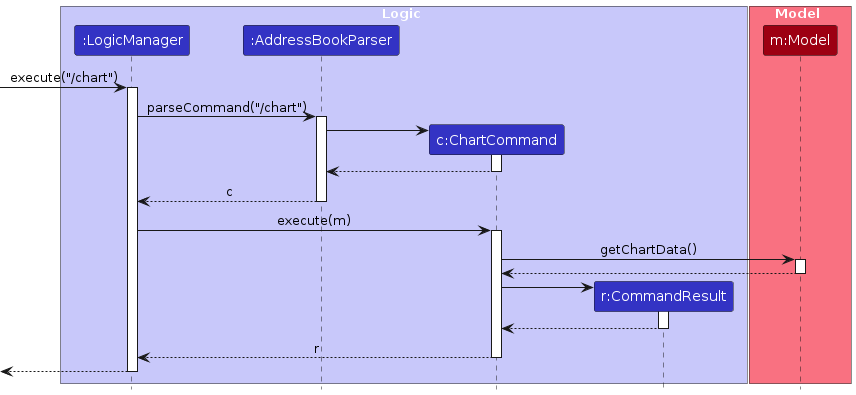
Above: diagrams/ChartSequenceDiagram.png in woke02/tp (PlantUML), before the change. Its source is kept beside it as diagrams/ChartSequenceDiagram.puml.
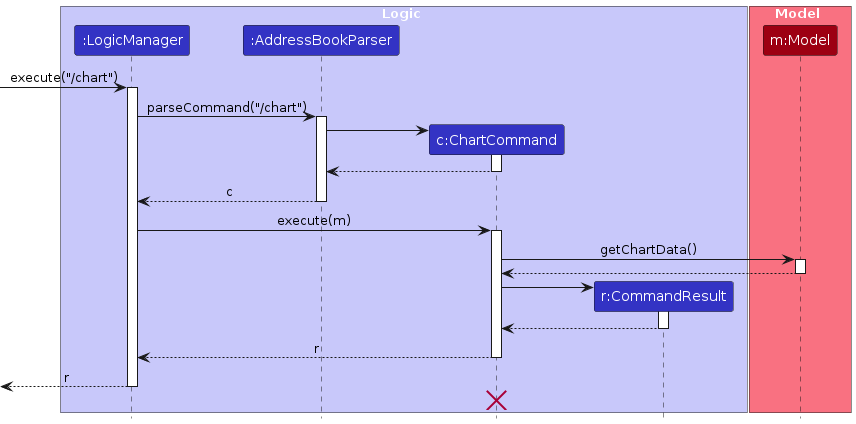
The same diagram one commit later.

Diff of the diagram source:
```diff
@@ -48,6 +48,8 @@
 ChartCommand --> LogicManager : r
 deactivate ChartCommand
 
-[<--LogicManager
+[<--LogicManager : r
 deactivate LogicManager
+ChartCommand -[hidden]-> LogicManager
+destroy ChartCommand
 @enduml
```
